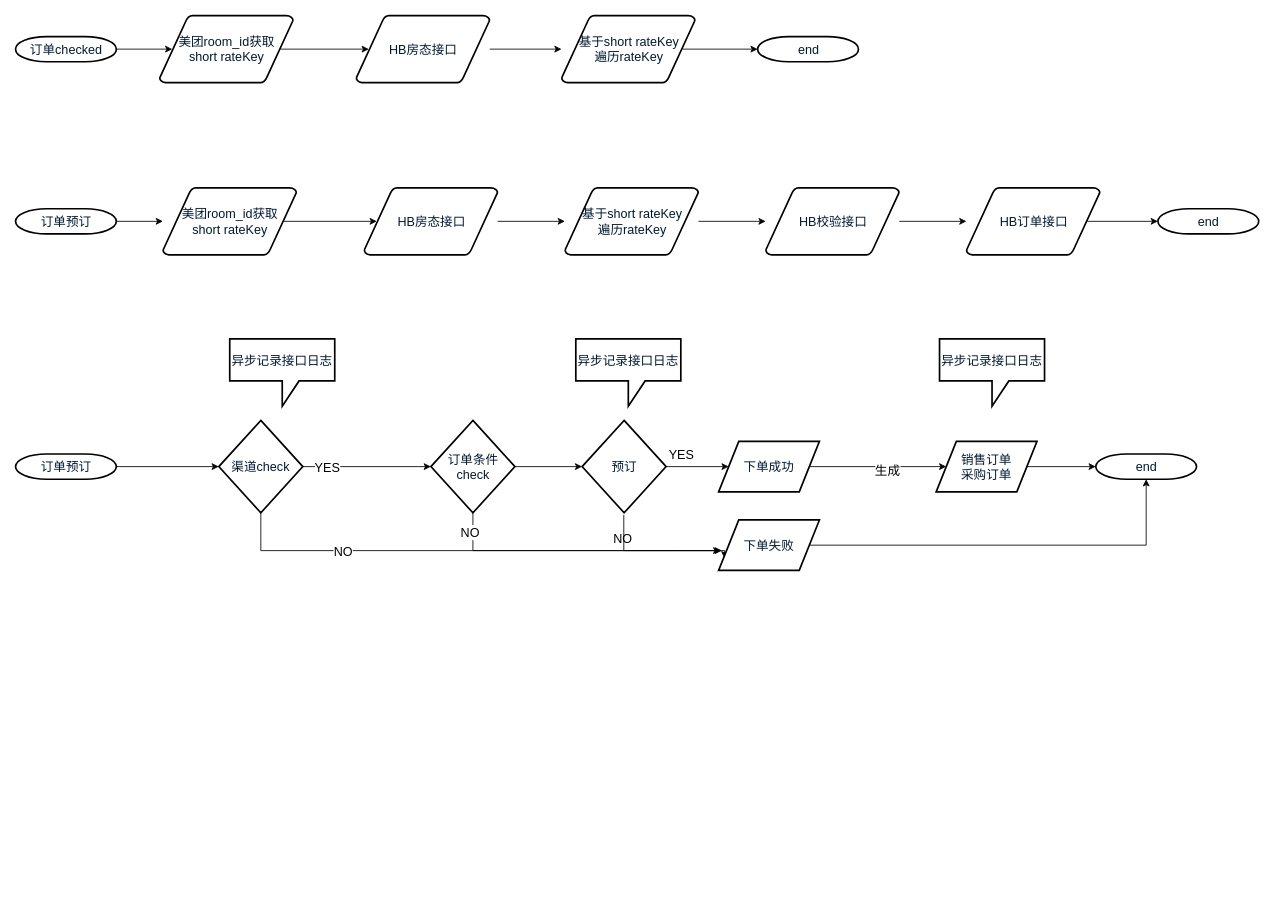
Above: drawio/酒店-美团.drawio in weiwen111/diagram (draw.io), before the change. Source tidied: cells renumbered, new cells numbered last; positions are measured from the earlier drawing's top-left corner, leaving out a move shared by most shapes. Both pictures are drawn from the tidied source at 84%, with x=0, y=0 at pixel (15, 15).
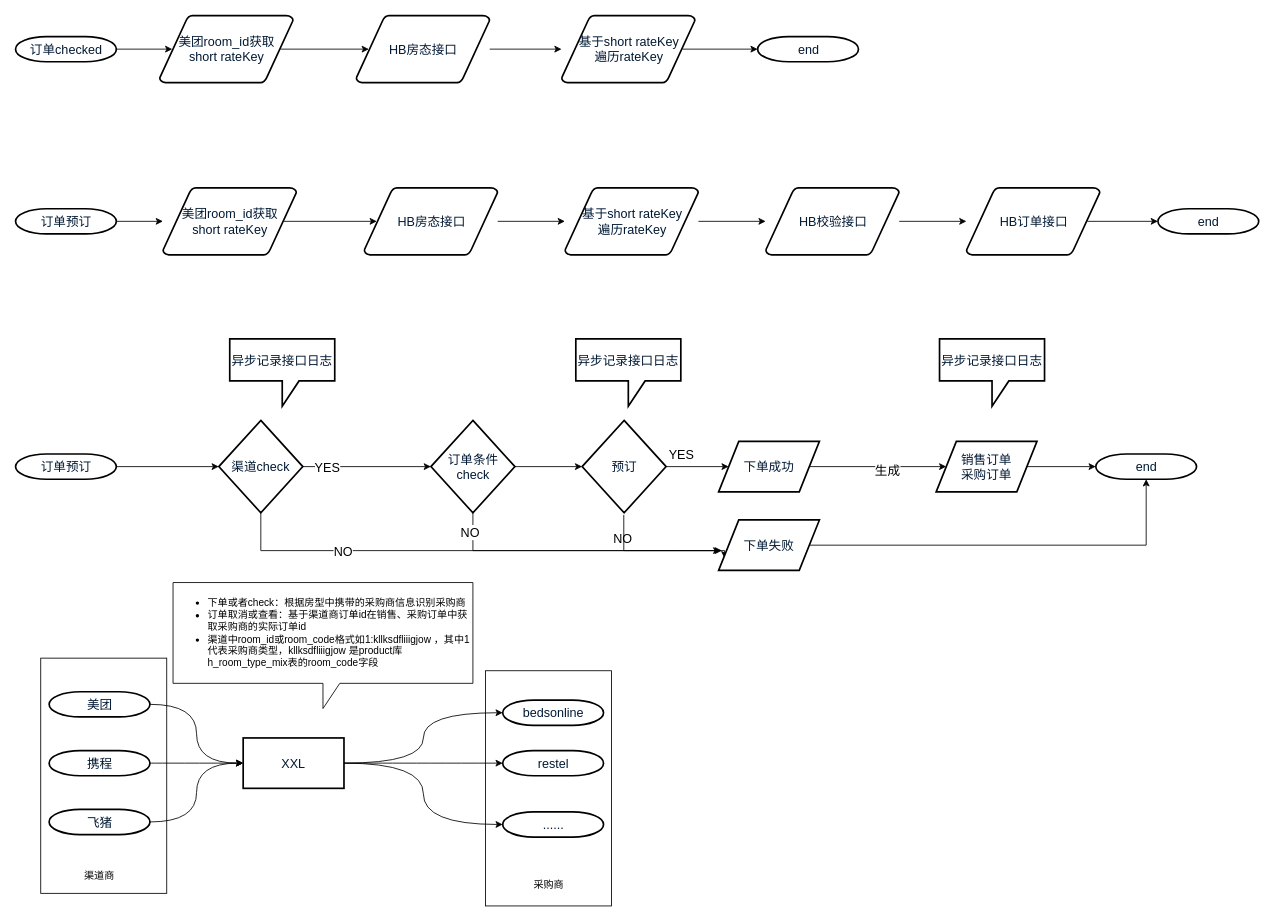
The same diagram, later.

Commit message:
更新酒店-美团.drawio

Change to the diagram source:
```diff
@@
+    <mxCell id="54" style="rounded=0;whiteSpace=wrap;html=1;" parent="1" vertex="1">
+      <mxGeometry x="559.5" y="780" width="150" height="280" as="geometry" />
+    </mxCell>
+    <mxCell id="55" style="rounded=0;whiteSpace=wrap;html=1;" parent="1" vertex="1">
+      <mxGeometry x="30" y="765" width="150" height="280" as="geometry" />
+    </mxCell>
@@
+    <mxCell id="56" style="edgeStyle=orthogonalEdgeStyle;rounded=0;jettySize=auto;html=1;exitX=1;exitY=0.5;exitDx=0;exitDy=0;exitPerimeter=0;entryX=0;entryY=0.5;entryDx=0;entryDy=0;curved=1;" parent="1" edge="1" source="57" target="65">
+      <mxGeometry relative="1" as="geometry" />
+    </mxCell>
+    <mxCell id="57" value="美团" style="shape=mxgraph.flowchart.terminator;fillColor=#FFFFFF;strokeColor=#000000;strokeWidth=2;gradientColor=none;gradientDirection=north;fontColor=#001933;fontStyle=0;html=1;fontSize=15;" parent="1" vertex="1">
+      <mxGeometry x="40" y="805" width="120" height="30" as="geometry" />
+    </mxCell>
+    <mxCell id="58" style="edgeStyle=orthogonalEdgeStyle;curved=1;rounded=0;jettySize=auto;html=1;exitX=1;exitY=0.5;exitDx=0;exitDy=0;exitPerimeter=0;entryX=0;entryY=0.5;entryDx=0;entryDy=0;" parent="1" edge="1" source="59" target="65">
+      <mxGeometry relative="1" as="geometry" />
+    </mxCell>
+    <mxCell id="59" value="携程" style="shape=mxgraph.flowchart.terminator;fillColor=#FFFFFF;strokeColor=#000000;strokeWidth=2;gradientColor=none;gradientDirection=north;fontColor=#001933;fontStyle=0;html=1;fontSize=15;" parent="1" vertex="1">
+      <mxGeometry x="40" y="875" width="120" height="30" as="geometry" />
+    </mxCell>
+    <mxCell id="60" style="edgeStyle=orthogonalEdgeStyle;curved=1;rounded=0;jettySize=auto;html=1;exitX=1;exitY=0.5;exitDx=0;exitDy=0;exitPerimeter=0;entryX=0;entryY=0.5;entryDx=0;entryDy=0;" parent="1" edge="1" source="61" target="65">
+      <mxGeometry relative="1" as="geometry" />
+    </mxCell>
+    <mxCell id="61" value="飞猪" style="shape=mxgraph.flowchart.terminator;fillColor=#FFFFFF;strokeColor=#000000;strokeWidth=2;gradientColor=none;gradientDirection=north;fontColor=#001933;fontStyle=0;html=1;fontSize=15;" parent="1" vertex="1">
+      <mxGeometry x="40" y="945" width="120" height="30" as="geometry" />
+    </mxCell>
+    <mxCell id="62" style="edgeStyle=orthogonalEdgeStyle;curved=1;rounded=0;jettySize=auto;html=1;exitX=1;exitY=0.5;exitDx=0;exitDy=0;entryX=0;entryY=0.5;entryDx=0;entryDy=0;entryPerimeter=0;" parent="1" edge="1" source="65" target="66">
+      <mxGeometry relative="1" as="geometry" />
+    </mxCell>
+    <mxCell id="63" style="edgeStyle=orthogonalEdgeStyle;curved=1;rounded=0;jettySize=auto;html=1;exitX=1;exitY=0.5;exitDx=0;exitDy=0;entryX=0;entryY=0.5;entryDx=0;entryDy=0;entryPerimeter=0;" parent="1" edge="1" source="65" target="67">
+      <mxGeometry relative="1" as="geometry" />
+    </mxCell>
+    <mxCell id="64" style="edgeStyle=orthogonalEdgeStyle;curved=1;rounded=0;jettySize=auto;html=1;exitX=1;exitY=0.5;exitDx=0;exitDy=0;entryX=0;entryY=0.5;entryDx=0;entryDy=0;entryPerimeter=0;" parent="1" edge="1" source="65" target="68">
+      <mxGeometry relative="1" as="geometry" />
+    </mxCell>
+    <mxCell id="65" value="XXL" style="whiteSpace=wrap;html=1;fontSize=15;fontColor=#001933;fontStyle=0;strokeWidth=2;fillColor=#FFFFFF;gradientColor=none;gradientDirection=north;" parent="1" vertex="1">
+      <mxGeometry x="271" y="860" width="120" height="60" as="geometry" />
+    </mxCell>
+    <mxCell id="66" value="bedsonline" style="shape=mxgraph.flowchart.terminator;fillColor=#FFFFFF;strokeColor=#000000;strokeWidth=2;gradientColor=none;gradientDirection=north;fontColor=#001933;fontStyle=0;html=1;fontSize=15;" parent="1" vertex="1">
+      <mxGeometry x="580" y="815" width="120" height="30" as="geometry" />
+    </mxCell>
+    <mxCell id="67" value="restel" style="shape=mxgraph.flowchart.terminator;fillColor=#FFFFFF;strokeColor=#000000;strokeWidth=2;gradientColor=none;gradientDirection=north;fontColor=#001933;fontStyle=0;html=1;fontSize=15;" parent="1" vertex="1">
+      <mxGeometry x="580" y="875" width="120" height="30" as="geometry" />
+    </mxCell>
+    <mxCell id="68" value="......" style="shape=mxgraph.flowchart.terminator;fillColor=#FFFFFF;strokeColor=#000000;strokeWidth=2;gradientColor=none;gradientDirection=north;fontColor=#001933;fontStyle=0;html=1;fontSize=15;" parent="1" vertex="1">
+      <mxGeometry x="580" y="948" width="120" height="30" as="geometry" />
+    </mxCell>
+    <mxCell id="69" value="&lt;ul&gt;&lt;li style=&quot;text-align: left&quot;&gt;&lt;font style=&quot;font-size: 12px&quot;&gt;下单或者check：根据房型中携带的采购商信息识别采购商&lt;/font&gt;&lt;/li&gt;&lt;li style=&quot;text-align: left&quot;&gt;&lt;span style=&quot;font-size: 12px&quot;&gt;订单取消或查看：基于渠道商订单id在销售、采购订单中获取采购商的实际订单id&lt;/span&gt;&lt;/li&gt;&lt;li style=&quot;text-align: left&quot;&gt;&lt;span style=&quot;font-size: 12px&quot;&gt;渠道中room_id或room_code格式如1:kllksdfliiigjow ，其中1代表采购商类型，&lt;/span&gt;kllksdfliiigjow 是product库h_room_type_mix表的room_code字段&lt;/li&gt;&lt;/ul&gt;" style="shape=callout;whiteSpace=wrap;html=1;perimeter=calloutPerimeter;fontSize=12;fontColor=#000000;fillColor=#ffffff;gradientColor=none;rounded=0;" parent="1" vertex="1">
+      <mxGeometry x="187.5" y="675" width="357" height="150" as="geometry" />
+    </mxCell>
+    <mxCell id="70" value="渠道商" style="text;html=1;align=left;verticalAlign=top;spacingTop=-4;" parent="1" vertex="1">
+      <mxGeometry x="80" y="1015" width="50" height="20" as="geometry" />
+    </mxCell>
+    <mxCell id="71" value="采购商" style="text;html=1;align=left;verticalAlign=top;spacingTop=-4;" parent="1" vertex="1">
+      <mxGeometry x="615" y="1025" width="50" height="20" as="geometry" />
+    </mxCell>
```
